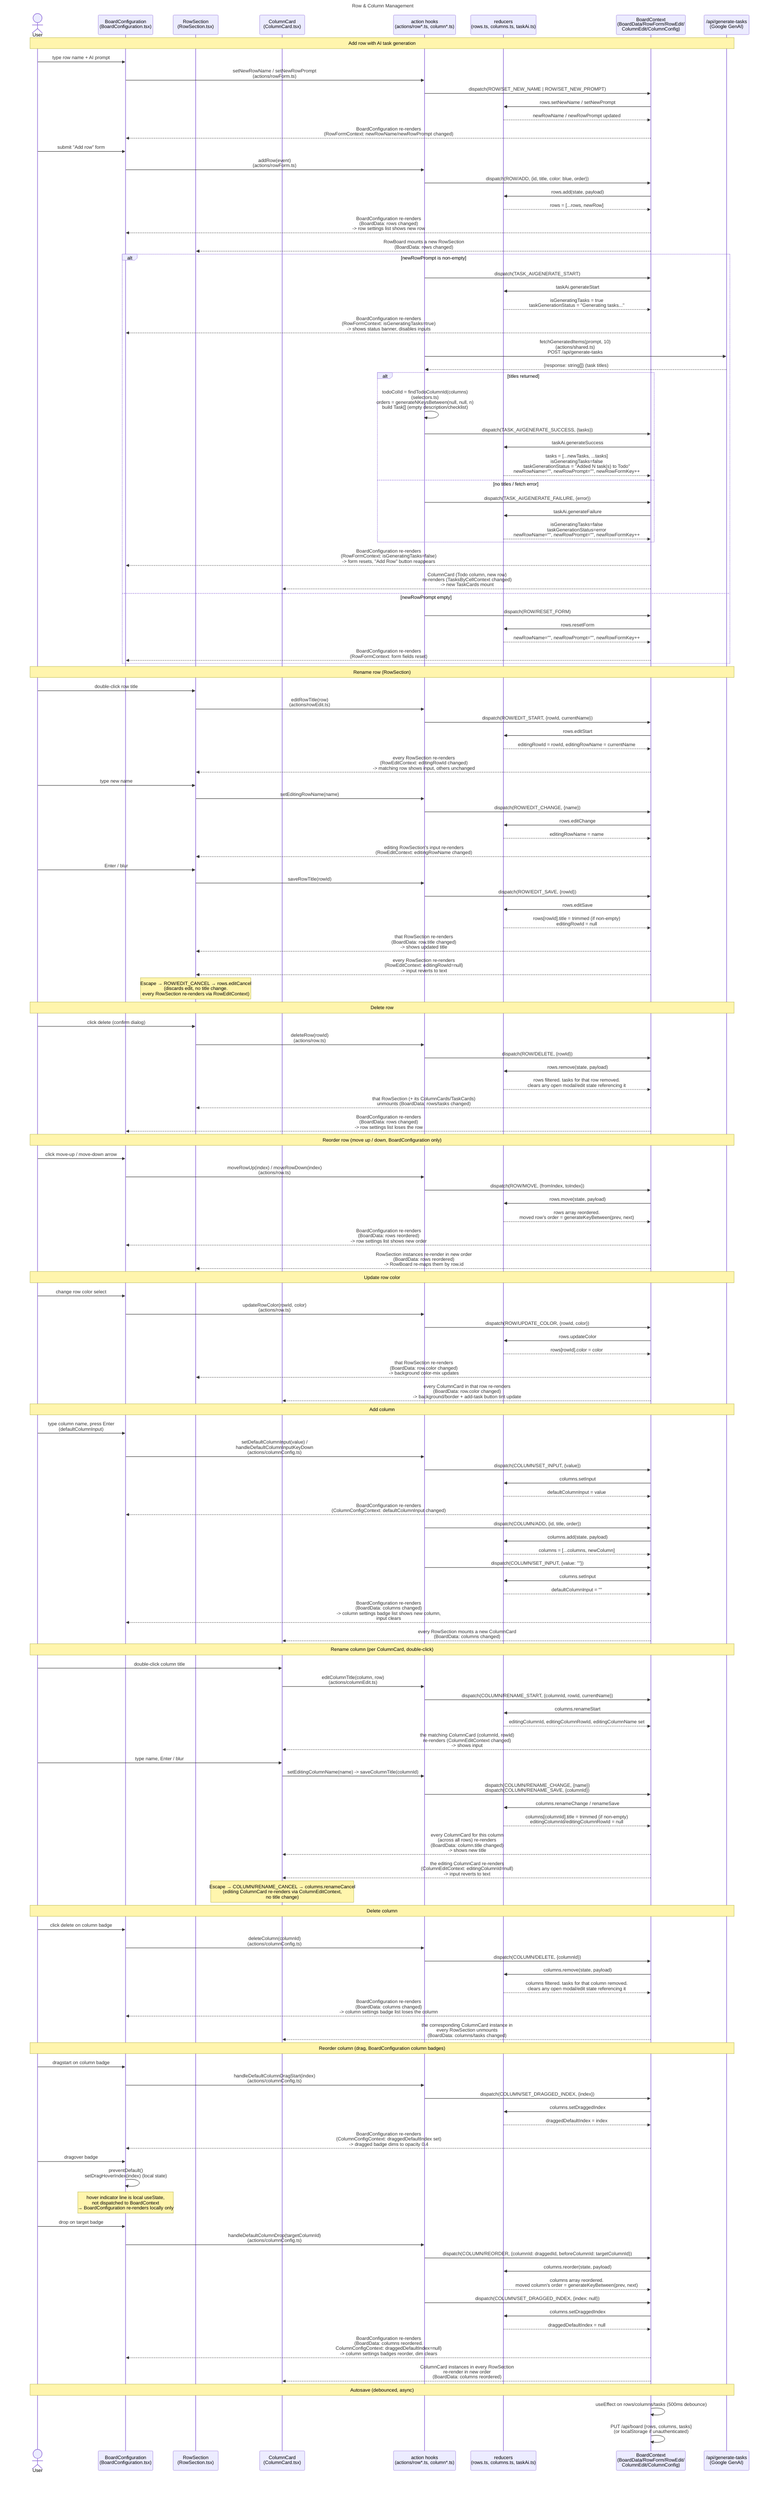
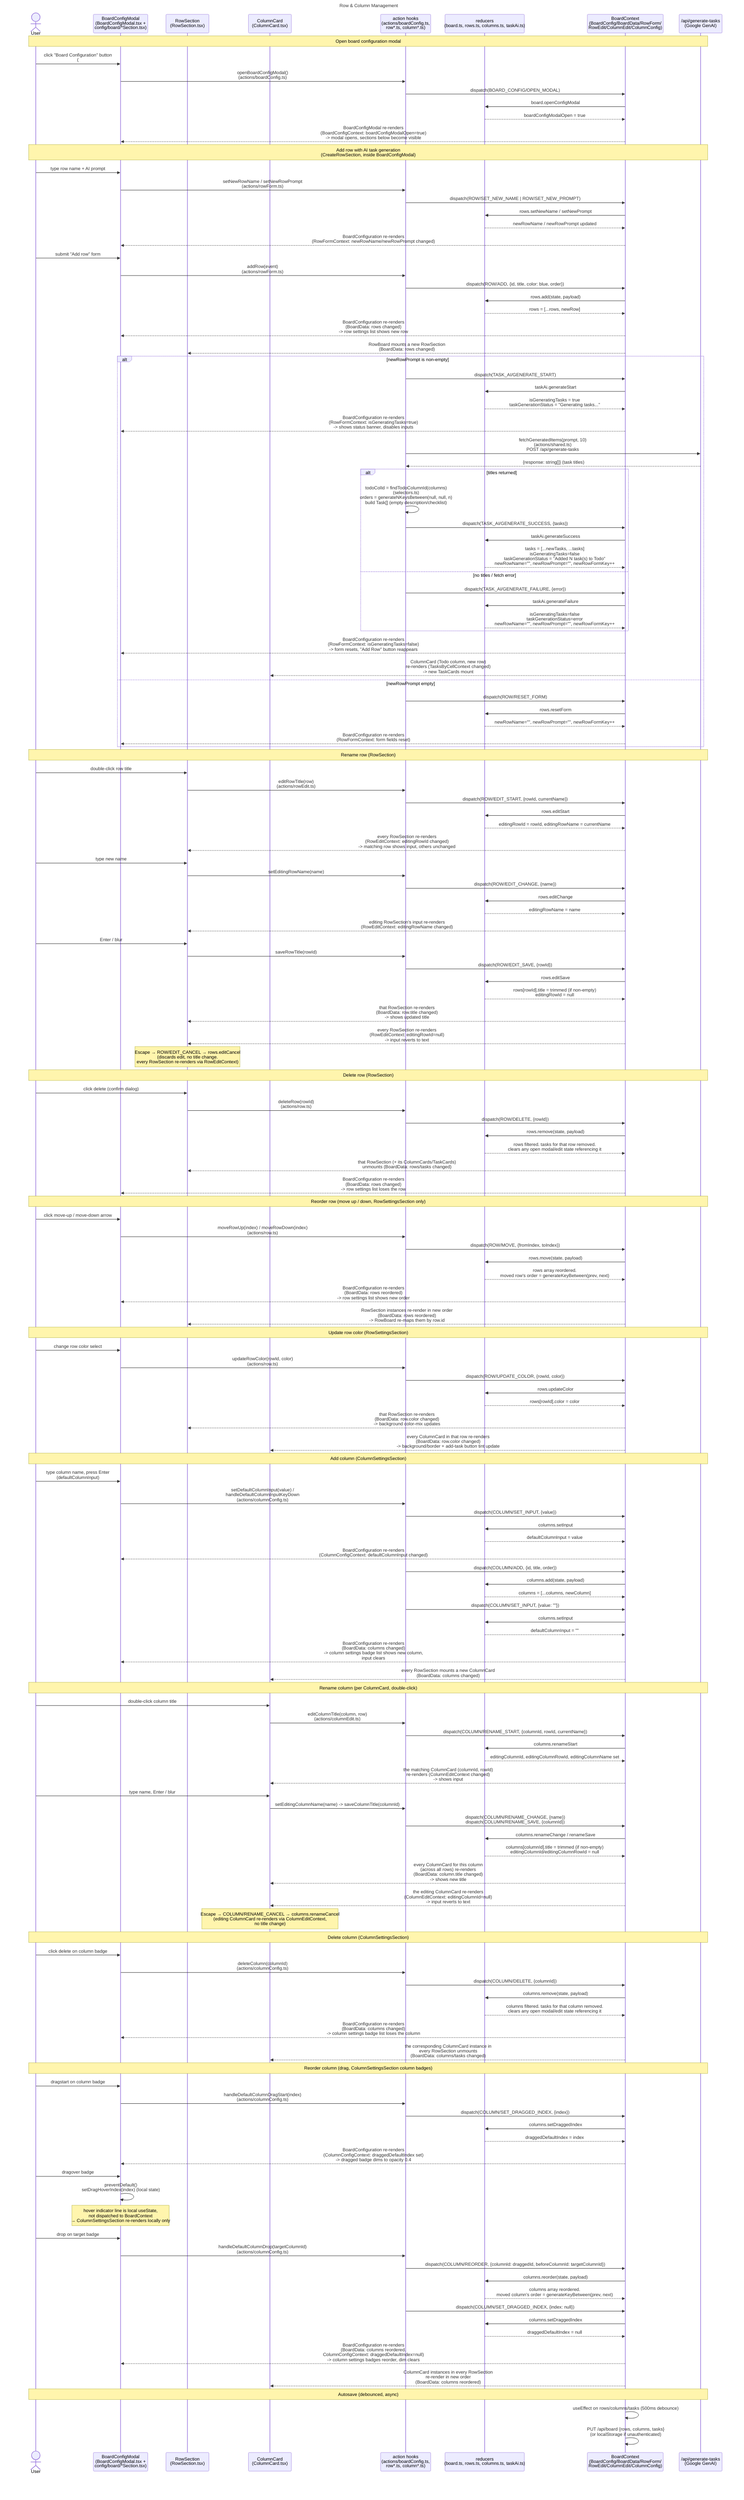
---
title: Row & Column Management
---
sequenceDiagram
    actor User
-     participant Config as BoardConfiguration<br/>(BoardConfiguration.tsx)
+     participant Config as BoardConfigModal<br/>(BoardConfigModal.tsx +<br/>config/board/*Section.tsx)
    participant Row as RowSection<br/>(RowSection.tsx)
    participant Cell as ColumnCard<br/>(ColumnCard.tsx)
-     participant Actions as action hooks<br/>(actions/row*.ts, column*.ts)
-     participant Reducer as reducers<br/>(rows.ts, columns.ts, taskAi.ts)
-     participant Ctx as BoardContext<br/>(BoardData/RowForm/RowEdit/<br/>ColumnEdit/ColumnConfig)
+     participant Actions as action hooks<br/>(actions/boardConfig.ts,<br/>row*.ts, column*.ts)
+     participant Reducer as reducers<br/>(board.ts, rows.ts, columns.ts, taskAi.ts)
+     participant Ctx as BoardContext<br/>(BoardConfig/BoardData/RowForm/<br/>RowEdit/ColumnEdit/ColumnConfig)
    participant AI as /api/generate-tasks<br/>(Google GenAI)

-     Note over User,AI: Add row with AI task generation
+     Note over User,AI: Open board configuration modal
+     User->>Config: click "Board Configuration" button<br/>(#board-config-collapse-toggle, BoardView.tsx)
+     Config->>Actions: openBoardConfigModal()<br/>(actions/boardConfig.ts)
+     Actions->>Ctx: dispatch(BOARD_CONFIG/OPEN_MODAL)
+     Ctx->>Reducer: board.openConfigModal
+     Reducer-->>Ctx: boardConfigModalOpen = true
+     Ctx-->>Config: BoardConfigModal re-renders<br/>(BoardConfigContext: boardConfigModalOpen=true)<br/>-> modal opens, sections below become visible
+ 
+     Note over User,AI: Add row with AI task generation<br/>(CreateRowSection, inside BoardConfigModal)
    User->>Config: type row name + AI prompt
    Config->>Actions: setNewRowName / setNewRowPrompt<br/>(actions/rowForm.ts)
    Actions->>Ctx: dispatch(ROW/SET_NEW_NAME | ROW/SET_NEW_PROMPT)
    Ctx->>Reducer: rows.setNewName / setNewPrompt
    Reducer-->>Ctx: newRowName / newRowPrompt updated
    Ctx-->>Config: BoardConfiguration re-renders<br/>(RowFormContext: newRowName/newRowPrompt changed)

    User->>Config: submit "Add row" form
    Config->>Actions: addRow(event)<br/>(actions/rowForm.ts)
    Actions->>Ctx: dispatch(ROW/ADD, {id, title, color: blue, order})
    Ctx->>Reducer: rows.add(state, payload)
    Reducer-->>Ctx: rows = [...rows, newRow]
    Ctx-->>Config: BoardConfiguration re-renders<br/>(BoardData: rows changed)<br/>-> row settings list shows new row
    Ctx-->>Row: RowBoard mounts a new RowSection<br/>(BoardData: rows changed)

    alt newRowPrompt is non-empty
        Actions->>Ctx: dispatch(TASK_AI/GENERATE_START)
        Ctx->>Reducer: taskAi.generateStart
        Reducer-->>Ctx: isGeneratingTasks = true<br/>taskGenerationStatus = "Generating tasks..."
        Ctx-->>Config: BoardConfiguration re-renders<br/>(RowFormContext: isGeneratingTasks=true)<br/>-> shows status banner, disables inputs

        Actions->>AI: fetchGeneratedItems(prompt, 10)<br/>(actions/shared.ts)<br/>POST /api/generate-tasks
        AI-->>Actions: {response: string[]} (task titles)

        alt titles returned
            Actions->>Actions: todoColId = findTodoColumnId(columns)<br/>(selectors.ts)<br/>orders = generateNKeysBetween(null, null, n)<br/>build Task[] (empty description/checklist)
            Actions->>Ctx: dispatch(TASK_AI/GENERATE_SUCCESS, {tasks})
            Ctx->>Reducer: taskAi.generateSuccess
            Reducer-->>Ctx: tasks = [...newTasks, ...tasks]<br/>isGeneratingTasks=false<br/>taskGenerationStatus = "Added N task(s) to Todo"<br/>newRowName="", newRowPrompt="", newRowFormKey++
        else no titles / fetch error
            Actions->>Ctx: dispatch(TASK_AI/GENERATE_FAILURE, {error})
            Ctx->>Reducer: taskAi.generateFailure
            Reducer-->>Ctx: isGeneratingTasks=false<br/>taskGenerationStatus=error<br/>newRowName="", newRowPrompt="", newRowFormKey++
        end
        Ctx-->>Config: BoardConfiguration re-renders<br/>(RowFormContext: isGeneratingTasks=false)<br/>-> form resets, "Add Row" button reappears
        Ctx-->>Cell: ColumnCard (Todo column, new row)<br/>re-renders (TasksByCellContext changed)<br/>-> new TaskCards mount
    else newRowPrompt empty
        Actions->>Ctx: dispatch(ROW/RESET_FORM)
        Ctx->>Reducer: rows.resetForm
        Reducer-->>Ctx: newRowName="", newRowPrompt="", newRowFormKey++
        Ctx-->>Config: BoardConfiguration re-renders<br/>(RowFormContext: form fields reset)
    end

    Note over User,AI: Rename row (RowSection)
    User->>Row: double-click row title
    Row->>Actions: editRowTitle(row)<br/>(actions/rowEdit.ts)
    Actions->>Ctx: dispatch(ROW/EDIT_START, {rowId, currentName})
    Ctx->>Reducer: rows.editStart
    Reducer-->>Ctx: editingRowId = rowId, editingRowName = currentName
    Ctx-->>Row: every RowSection re-renders<br/>(RowEditContext: editingRowId changed)<br/>-> matching row shows input, others unchanged

    User->>Row: type new name
    Row->>Actions: setEditingRowName(name)
    Actions->>Ctx: dispatch(ROW/EDIT_CHANGE, {name})
    Ctx->>Reducer: rows.editChange
    Reducer-->>Ctx: editingRowName = name
    Ctx-->>Row: editing RowSection's input re-renders<br/>(RowEditContext: editingRowName changed)

    User->>Row: Enter / blur
    Row->>Actions: saveRowTitle(rowId)
    Actions->>Ctx: dispatch(ROW/EDIT_SAVE, {rowId})
    Ctx->>Reducer: rows.editSave
    Reducer-->>Ctx: rows[rowId].title = trimmed (if non-empty)<br/>editingRowId = null
    Ctx-->>Row: that RowSection re-renders<br/>(BoardData: row.title changed)<br/>-> shows updated title
    Ctx-->>Row: every RowSection re-renders<br/>(RowEditContext: editingRowId=null)<br/>-> input reverts to text

    Note over Row: Escape → ROW/EDIT_CANCEL → rows.editCancel<br/>(discards edit, no title change.<br/>every RowSection re-renders via RowEditContext)

-     Note over User,AI: Delete row
+     Note over User,AI: Delete row (RowSection)
    User->>Row: click delete (confirm dialog)
    Row->>Actions: deleteRow(rowId)<br/>(actions/row.ts)
    Actions->>Ctx: dispatch(ROW/DELETE, {rowId})
    Ctx->>Reducer: rows.remove(state, payload)
    Reducer-->>Ctx: rows filtered. tasks for that row removed.<br/>clears any open modal/edit state referencing it
    Ctx-->>Row: that RowSection (+ its ColumnCards/TaskCards)<br/>unmounts (BoardData: rows/tasks changed)
    Ctx-->>Config: BoardConfiguration re-renders<br/>(BoardData: rows changed)<br/>-> row settings list loses the row

-     Note over User,AI: Reorder row (move up / down, BoardConfiguration only)
+     Note over User,AI: Reorder row (move up / down, RowSettingsSection only)
    User->>Config: click move-up / move-down arrow
    Config->>Actions: moveRowUp(index) / moveRowDown(index)<br/>(actions/row.ts)
    Actions->>Ctx: dispatch(ROW/MOVE, {fromIndex, toIndex})
    Ctx->>Reducer: rows.move(state, payload)
    Reducer-->>Ctx: rows array reordered.<br/>moved row's order = generateKeyBetween(prev, next)
    Ctx-->>Config: BoardConfiguration re-renders<br/>(BoardData: rows reordered)<br/>-> row settings list shows new order
    Ctx-->>Row: RowSection instances re-render in new order<br/>(BoardData: rows reordered)<br/>-> RowBoard re-maps them by row.id

-     Note over User,AI: Update row color
+     Note over User,AI: Update row color (RowSettingsSection)
    User->>Config: change row color select
    Config->>Actions: updateRowColor(rowId, color)<br/>(actions/row.ts)
    Actions->>Ctx: dispatch(ROW/UPDATE_COLOR, {rowId, color})
    Ctx->>Reducer: rows.updateColor
    Reducer-->>Ctx: rows[rowId].color = color
    Ctx-->>Row: that RowSection re-renders<br/>(BoardData: row.color changed)<br/>-> background color-mix updates
    Ctx-->>Cell: every ColumnCard in that row re-renders<br/>(BoardData: row.color changed)<br/>-> background/border + add-task button tint update

-     Note over User,AI: Add column
+     Note over User,AI: Add column (ColumnSettingsSection)
    User->>Config: type column name, press Enter<br/>(defaultColumnInput)
    Config->>Actions: setDefaultColumnInput(value) /<br/>handleDefaultColumnInputKeyDown<br/>(actions/columnConfig.ts)
    Actions->>Ctx: dispatch(COLUMN/SET_INPUT, {value})
    Ctx->>Reducer: columns.setInput
    Reducer-->>Ctx: defaultColumnInput = value
    Ctx-->>Config: BoardConfiguration re-renders<br/>(ColumnConfigContext: defaultColumnInput changed)

    Actions->>Ctx: dispatch(COLUMN/ADD, {id, title, order})
    Ctx->>Reducer: columns.add(state, payload)
    Reducer-->>Ctx: columns = [...columns, newColumn]
    Actions->>Ctx: dispatch(COLUMN/SET_INPUT, {value: ""})
    Ctx->>Reducer: columns.setInput
    Reducer-->>Ctx: defaultColumnInput = ""
    Ctx-->>Config: BoardConfiguration re-renders<br/>(BoardData: columns changed)<br/>-> column settings badge list shows new column,<br/>input clears
    Ctx-->>Cell: every RowSection mounts a new ColumnCard<br/>(BoardData: columns changed)

    Note over User,AI: Rename column (per ColumnCard, double-click)
    User->>Cell: double-click column title
    Cell->>Actions: editColumnTitle(column, row)<br/>(actions/columnEdit.ts)
    Actions->>Ctx: dispatch(COLUMN/RENAME_START, {columnId, rowId, currentName})
    Ctx->>Reducer: columns.renameStart
    Reducer-->>Ctx: editingColumnId, editingColumnRowId, editingColumnName set
    Ctx-->>Cell: the matching ColumnCard (columnId, rowId)<br/>re-renders (ColumnEditContext changed)<br/>-> shows input

    User->>Cell: type name, Enter / blur
    Cell->>Actions: setEditingColumnName(name) -> saveColumnTitle(columnId)
    Actions->>Ctx: dispatch(COLUMN/RENAME_CHANGE, {name})<br/>dispatch(COLUMN/RENAME_SAVE, {columnId})
    Ctx->>Reducer: columns.renameChange / renameSave
    Reducer-->>Ctx: columns[columnId].title = trimmed (if non-empty)<br/>editingColumnId/editingColumnRowId = null
    Ctx-->>Cell: every ColumnCard for this column<br/>(across all rows) re-renders<br/>(BoardData: column.title changed)<br/>-> shows new title
    Ctx-->>Cell: the editing ColumnCard re-renders<br/>(ColumnEditContext: editingColumnId=null)<br/>-> input reverts to text

    Note over Cell: Escape → COLUMN/RENAME_CANCEL → columns.renameCancel<br/>(editing ColumnCard re-renders via ColumnEditContext,<br/>no title change)

-     Note over User,AI: Delete column
+     Note over User,AI: Delete column (ColumnSettingsSection)
    User->>Config: click delete on column badge
    Config->>Actions: deleteColumn(columnId)<br/>(actions/columnConfig.ts)
    Actions->>Ctx: dispatch(COLUMN/DELETE, {columnId})
    Ctx->>Reducer: columns.remove(state, payload)
    Reducer-->>Ctx: columns filtered. tasks for that column removed.<br/>clears any open modal/edit state referencing it
    Ctx-->>Config: BoardConfiguration re-renders<br/>(BoardData: columns changed)<br/>-> column settings badge list loses the column
    Ctx-->>Cell: the corresponding ColumnCard instance in<br/>every RowSection unmounts<br/>(BoardData: columns/tasks changed)

-     Note over User,AI: Reorder column (drag, BoardConfiguration column badges)
+     Note over User,AI: Reorder column (drag, ColumnSettingsSection column badges)
    User->>Config: dragstart on column badge
    Config->>Actions: handleDefaultColumnDragStart(index)<br/>(actions/columnConfig.ts)
    Actions->>Ctx: dispatch(COLUMN/SET_DRAGGED_INDEX, {index})
    Ctx->>Reducer: columns.setDraggedIndex
    Reducer-->>Ctx: draggedDefaultIndex = index
    Ctx-->>Config: BoardConfiguration re-renders<br/>(ColumnConfigContext: draggedDefaultIndex set)<br/>-> dragged badge dims to opacity 0.4

    User->>Config: dragover badge
    Config->>Config: preventDefault()<br/>setDragHoverIndex(index) (local state)
-     Note over Config: hover indicator line is local useState,<br/>not dispatched to BoardContext<br/>→ BoardConfiguration re-renders locally only
+     Note over Config: hover indicator line is local useState,<br/>not dispatched to BoardContext<br/>→ ColumnSettingsSection re-renders locally only

    User->>Config: drop on target badge
    Config->>Actions: handleDefaultColumnDrop(targetColumnId)<br/>(actions/columnConfig.ts)
    Actions->>Ctx: dispatch(COLUMN/REORDER, {columnId: draggedId, beforeColumnId: targetColumnId})
    Ctx->>Reducer: columns.reorder(state, payload)
    Reducer-->>Ctx: columns array reordered.<br/>moved column's order = generateKeyBetween(prev, next)
    Actions->>Ctx: dispatch(COLUMN/SET_DRAGGED_INDEX, {index: null})
    Ctx->>Reducer: columns.setDraggedIndex
    Reducer-->>Ctx: draggedDefaultIndex = null
    Ctx-->>Config: BoardConfiguration re-renders<br/>(BoardData: columns reordered.<br/>ColumnConfigContext: draggedDefaultIndex=null)<br/>-> column settings badges reorder, dim clears
    Ctx-->>Cell: ColumnCard instances in every RowSection<br/>re-render in new order<br/>(BoardData: columns reordered)

    Note over User,AI: Autosave (debounced, async)
    Ctx->>Ctx: useEffect on rows/columns/tasks (500ms debounce)
    Ctx->>Ctx: PUT /api/board {rows, columns, tasks}<br/>(or localStorage if unauthenticated)
